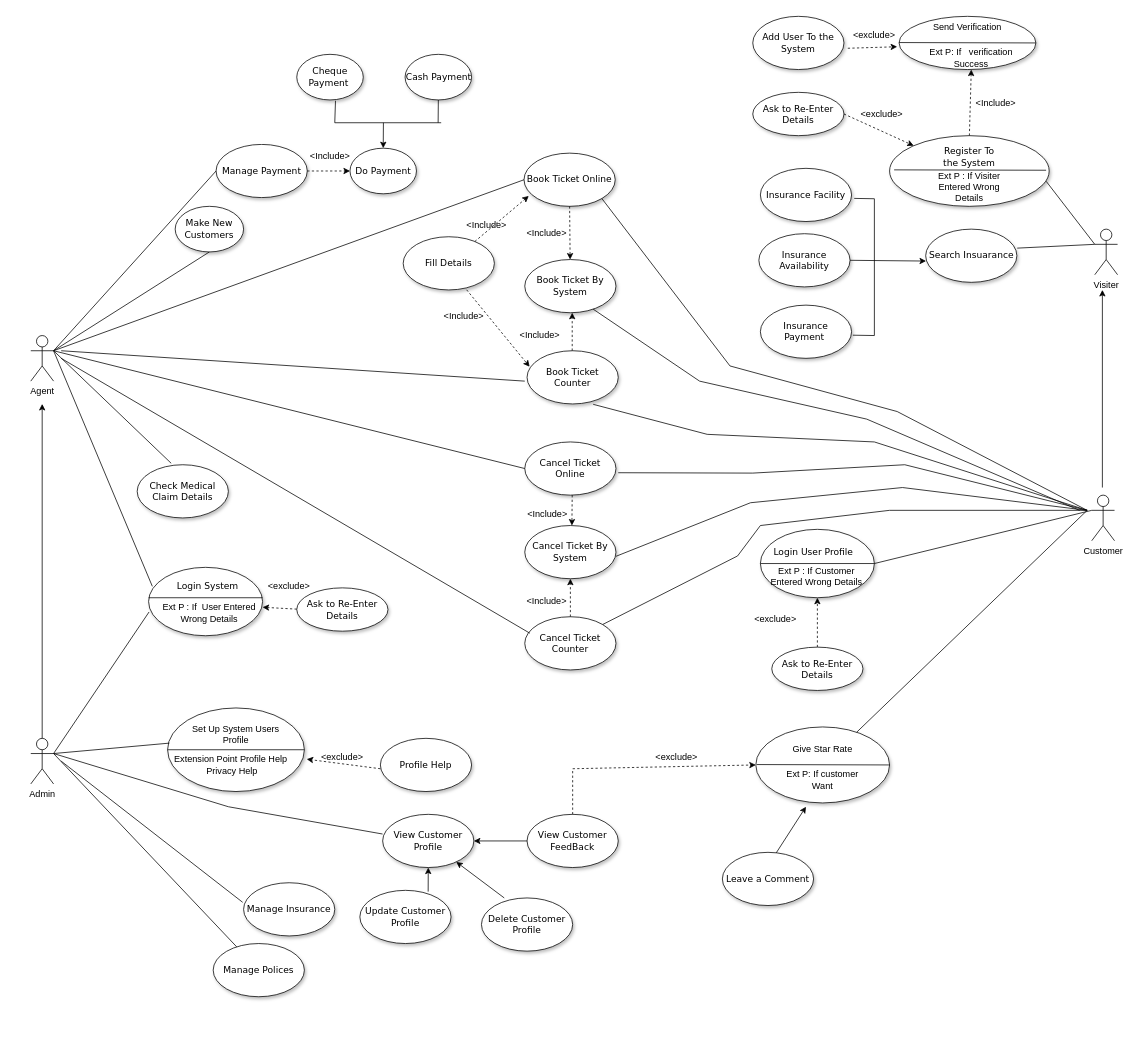
This is Untitled Diagram.drawio from rivinduchamath/Helth-Insurance-, a draw.io file, before an edit. Source tidied: cells renumbered, new cells numbered last; positions are measured from the earlier drawing's top-left corner, leaving out a move shared by most shapes. Both pictures are drawn from the tidied source at 76%, with x=0, y=0 at pixel (30, 16).
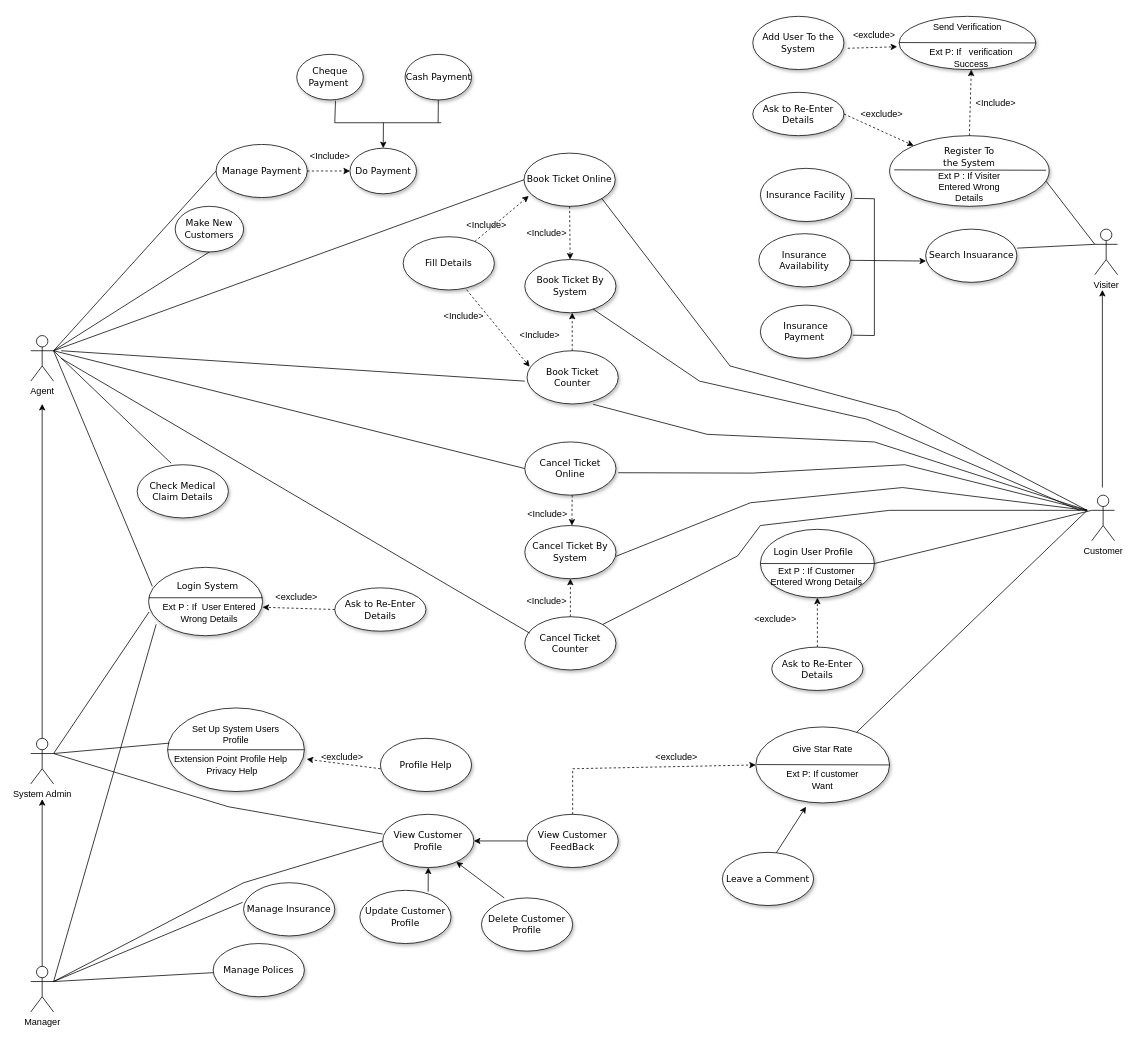
After the change.

Unchanged cells that the change refers to:
```xml
<mxCell id="79" value="Manage Insurance" style="ellipse;whiteSpace=wrap;html=1;rounded=0;shadow=1;comic=0;labelBackgroundColor=none;strokeWidth=1;fontFamily=Verdana;fontSize=12;align=center;" parent="1" vertex="1">
  <mxGeometry x="280" y="1140" width="120" height="70" as="geometry" />
</mxCell>
<mxCell id="80" value="Manage Polices" style="ellipse;whiteSpace=wrap;html=1;rounded=0;shadow=1;comic=0;labelBackgroundColor=none;strokeWidth=1;fontFamily=Verdana;fontSize=12;align=center;" parent="1" vertex="1">
  <mxGeometry x="240" y="1220" width="120" height="70" as="geometry" />
</mxCell>
<mxCell id="105" value="View Customer Profile" style="ellipse;whiteSpace=wrap;html=1;rounded=0;shadow=1;comic=0;labelBackgroundColor=none;strokeWidth=1;fontFamily=Verdana;fontSize=12;align=center;" parent="1" vertex="1">
  <mxGeometry x="463" y="1050" width="120" height="70" as="geometry" />
</mxCell>
<mxCell id="117" value="Ext P : If&amp;nbsp; User Entered Wrong Details" style="text;html=1;strokeColor=none;fillColor=none;align=center;verticalAlign=middle;whiteSpace=wrap;rounded=0;" parent="1" vertex="1">
  <mxGeometry x="165" y="770" width="140" height="30" as="geometry" />
</mxCell>
```

What changed in the source:
```diff
@@
-    <mxCell id="3" value="Admin" style="shape=umlActor;verticalLabelPosition=bottom;verticalAlign=top;html=1;outlineConnect=0;" parent="1" vertex="1">
+    <mxCell id="3" value="System Admin" style="shape=umlActor;verticalLabelPosition=bottom;verticalAlign=top;html=1;outlineConnect=0;" parent="1" vertex="1">
       <mxGeometry y="950" width="30" height="60" as="geometry" />
     </mxCell>
@@
-    <mxCell id="89" style="endArrow=none;html=1;rounded=0;exitX=1;exitY=0.3333333333333333;exitDx=0;exitDy=0;exitPerimeter=0;entryX=-0.01;entryY=0.368;entryDx=0;entryDy=0;entryPerimeter=0;" parent="1" edge="1" target="79">
-      <mxGeometry relative="1" as="geometry">
-        <mxPoint x="40" y="980" as="sourcePoint" />
-      </mxGeometry>
+    <mxCell id="89" style="endArrow=none;html=1;rounded=0;exitX=1;exitY=0.3333333333333333;exitDx=0;exitDy=0;exitPerimeter=0;entryX=-0.01;entryY=0.368;entryDx=0;entryDy=0;entryPerimeter=0;" parent="1" edge="1" source="124" target="79">
+      <mxGeometry relative="1" as="geometry" />
     </mxCell>
-    <mxCell id="90" style="endArrow=none;html=1;rounded=0;" parent="1" edge="1" target="80">
-      <mxGeometry relative="1" as="geometry">
-        <mxPoint x="30" y="970" as="sourcePoint" />
-      </mxGeometry>
+    <mxCell id="90" style="endArrow=none;html=1;rounded=0;exitX=1;exitY=0.3333333333333333;exitDx=0;exitDy=0;exitPerimeter=0;" parent="1" edge="1" source="124" target="80">
+      <mxGeometry relative="1" as="geometry" />
     </mxCell>
@@
     <mxCell id="119" value="Ask to Re-Enter Details" style="ellipse;whiteSpace=wrap;html=1;rounded=0;shadow=1;comic=0;labelBackgroundColor=none;strokeWidth=1;fontFamily=Verdana;fontSize=12;align=center;" parent="1" vertex="1">
-      <mxGeometry x="350" y="752" width="120" height="57" as="geometry" />
+      <mxGeometry x="400" y="752" width="120" height="57" as="geometry" />
     </mxCell>
     <mxCell id="120" value="&amp;lt;exclude&amp;gt;" style="text;html=1;strokeColor=none;fillColor=none;align=center;verticalAlign=middle;whiteSpace=wrap;rounded=0;" parent="1" vertex="1">
-      <mxGeometry x="310" y="735" width="60" height="30" as="geometry" />
+      <mxGeometry x="320" y="749" width="60" height="30" as="geometry" />
     </mxCell>
-    <mxCell id="121" style="endArrow=classic;html=1;rounded=0;dashed=1;entryX=1;entryY=0.25;entryDx=0;entryDy=0;" parent="1" edge="1" target="117">
-      <mxGeometry relative="1" as="geometry">
-        <mxPoint x="350" y="780" as="sourcePoint" />
-      </mxGeometry>
+    <mxCell id="121" style="endArrow=classic;html=1;rounded=0;dashed=1;entryX=1;entryY=0.25;entryDx=0;entryDy=0;exitX=0;exitY=0.5;exitDx=0;exitDy=0;" parent="1" edge="1" source="119" target="117">
+      <mxGeometry relative="1" as="geometry" />
     </mxCell>
@@
+    <mxCell id="124" value="Manager" style="shape=umlActor;verticalLabelPosition=bottom;verticalAlign=top;html=1;outlineConnect=0;" parent="1" vertex="1">
+      <mxGeometry y="1250" width="30" height="60" as="geometry" />
+    </mxCell>
+    <mxCell id="125" style="endArrow=classic;html=1;rounded=0;exitX=0.5;exitY=0;exitDx=0;exitDy=0;exitPerimeter=0;" parent="1" edge="1" source="124">
+      <mxGeometry relative="1" as="geometry">
+        <mxPoint x="15" y="1030" as="targetPoint" />
+      </mxGeometry>
+    </mxCell>
+    <mxCell id="126" style="endArrow=none;html=1;rounded=0;exitX=1;exitY=0.3333333333333333;exitDx=0;exitDy=0;exitPerimeter=0;entryX=0;entryY=0.5;entryDx=0;entryDy=0;" parent="1" edge="1" source="124" target="105">
+      <mxGeometry relative="1" as="geometry">
+        <Array as="points">
+          <mxPoint x="280" y="1140" />
+        </Array>
+      </mxGeometry>
+    </mxCell>
+    <mxCell id="127" style="endArrow=none;html=1;rounded=0;exitX=1;exitY=0.3333333333333333;exitDx=0;exitDy=0;exitPerimeter=0;entryX=0;entryY=1;entryDx=0;entryDy=0;" parent="1" edge="1" source="124" target="117">
+      <mxGeometry relative="1" as="geometry" />
+    </mxCell>
```
